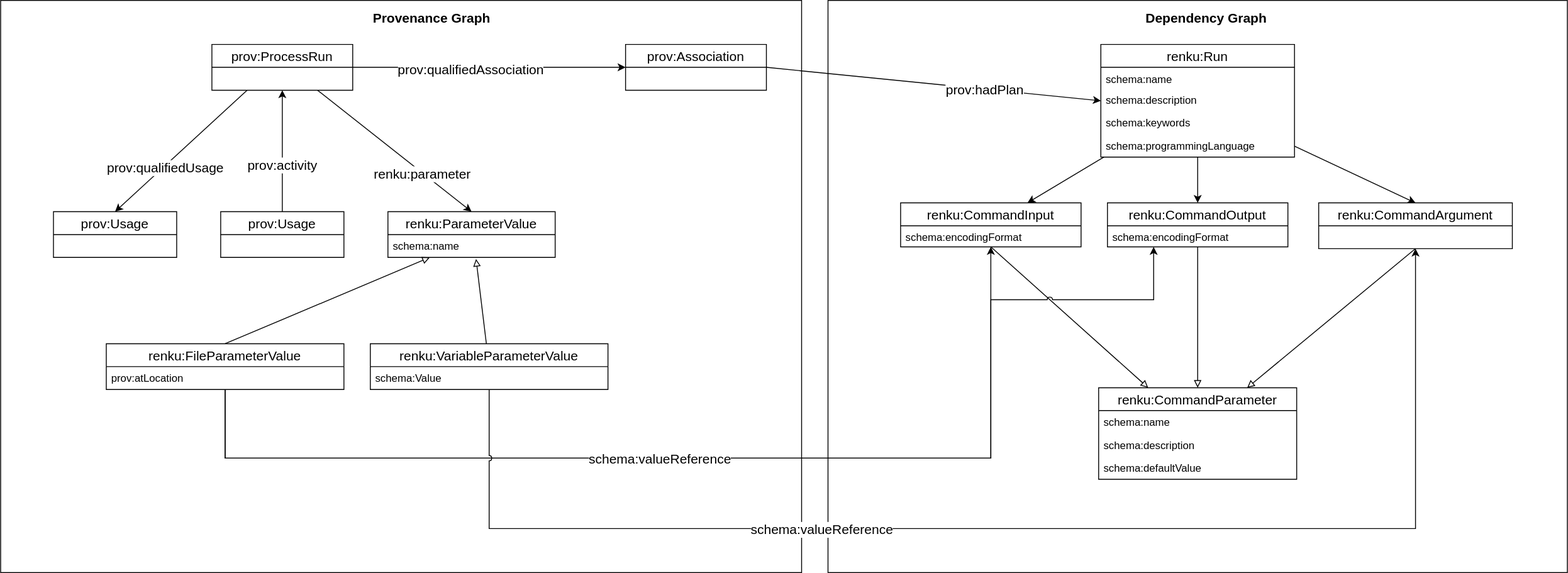
Above: design/001-new-workflow-commands/run-metadata.svg in SwissDataScienceCenter/renku-python (draw.io), before the change. Source tidied: cells renumbered, new cells last; positions are measured from the earlier drawing's top-left corner, leaving out a move shared by most shapes.
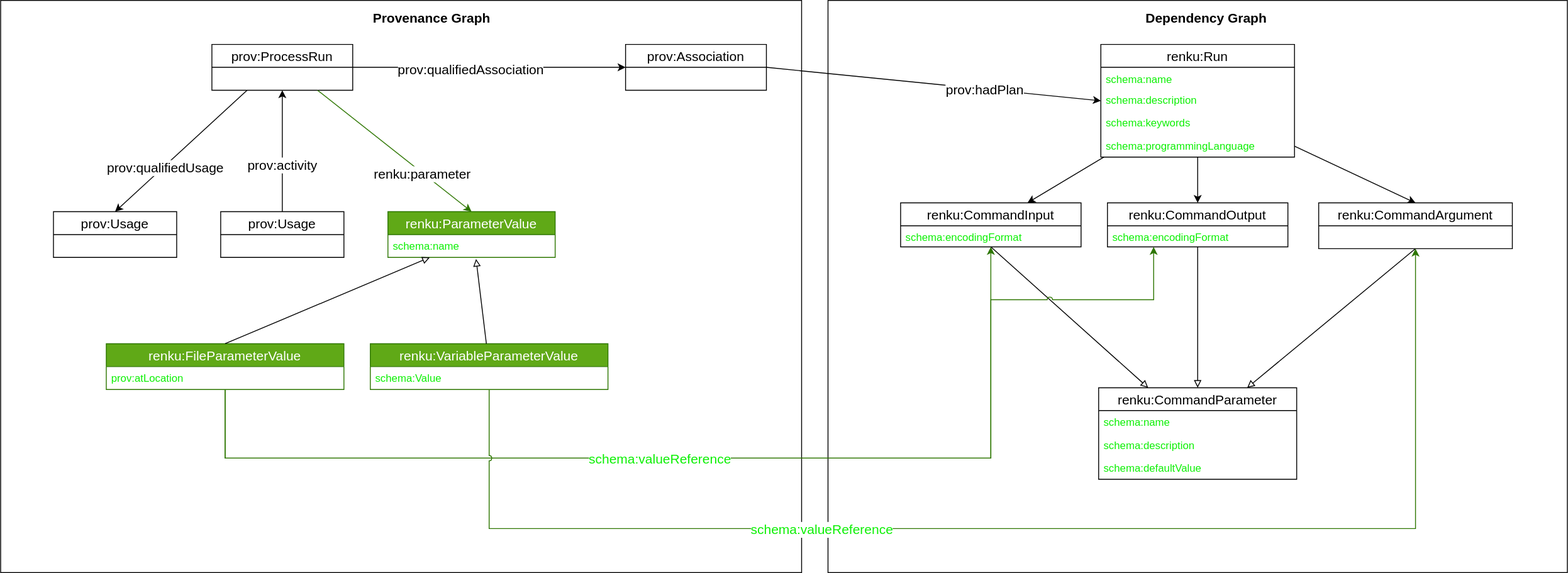
Above is the later version.

The edit, as a diff of the source:
```diff
@@ -17,7 +17,7 @@
     <mxCell id="6" value="prov:Usage" style="swimlane;fontStyle=0;horizontal=1;startSize=26;fillColor=none;fontSize=15;" parent="1" vertex="1">
       <mxGeometry x="250" y="240" width="140" height="52" as="geometry" />
     </mxCell>
-    <mxCell id="7" value="renku:ParameterValue" style="swimlane;fontStyle=0;horizontal=1;startSize=26;fillColor=none;fontSize=15;" parent="1" vertex="1">
+    <mxCell id="7" value="renku:ParameterValue" style="swimlane;fontStyle=0;horizontal=1;startSize=26;fillColor=#60a917;fontSize=15;strokeColor=#2D7600;fontColor=#ffffff;" parent="1" vertex="1">
       <mxGeometry x="440" y="240" width="190" height="52" as="geometry" />
     </mxCell>
     <mxCell id="8" style="endArrow=classic;html=1;fontSize=15;exitX=0.25;exitY=1;exitDx=0;exitDy=0;entryX=0.5;entryY=0;entryDx=0;entryDy=0;" parent="1" edge="1" source="4" target="5">
@@ -32,25 +32,25 @@
     <mxCell id="11" value="prov:activity" style="edgeLabel;html=1;align=center;verticalAlign=middle;fontSize=15;" parent="10" vertex="1">
       <mxGeometry x="-0.21" y="1" relative="1" as="geometry" />
     </mxCell>
-    <mxCell id="12" style="endArrow=classic;html=1;fontSize=15;exitX=0.75;exitY=1;exitDx=0;exitDy=0;entryX=0.5;entryY=0;entryDx=0;entryDy=0;" parent="1" edge="1" source="4" target="7">
+    <mxCell id="12" style="endArrow=classic;html=1;fontSize=15;exitX=0.75;exitY=1;exitDx=0;exitDy=0;entryX=0.5;entryY=0;entryDx=0;entryDy=0;fillColor=#60a917;strokeColor=#2D7600;" parent="1" edge="1" source="4" target="7">
       <mxGeometry relative="1" as="geometry" />
     </mxCell>
     <mxCell id="13" value="renku:parameter" style="edgeLabel;html=1;align=center;verticalAlign=middle;fontSize=15;" parent="12" vertex="1">
       <mxGeometry x="0.37" y="-1" relative="1" as="geometry" />
     </mxCell>
-    <mxCell id="14" value="renku:FileParameterValue" style="swimlane;fontStyle=0;horizontal=1;startSize=26;fillColor=none;fontSize=15;" parent="1" vertex="1">
+    <mxCell id="14" value="renku:FileParameterValue" style="swimlane;fontStyle=0;horizontal=1;startSize=26;fillColor=#60a917;fontSize=15;strokeColor=#2D7600;fontColor=#ffffff;" parent="1" vertex="1">
       <mxGeometry x="120" y="390" width="270" height="52" as="geometry" />
     </mxCell>
-    <mxCell id="15" value="prov:atLocation" style="text;strokeColor=none;fillColor=none;align=left;verticalAlign=top;spacingLeft=4;spacingRight=4;overflow=hidden;" parent="14" vertex="1">
+    <mxCell id="15" value="prov:atLocation" style="text;strokeColor=none;fillColor=none;align=left;verticalAlign=top;spacingLeft=4;spacingRight=4;overflow=hidden;fontColor=#0DF005;" parent="14" vertex="1">
       <mxGeometry y="26" width="270" height="26" as="geometry" />
     </mxCell>
-    <mxCell id="16" value="schema:name" style="text;strokeColor=none;fillColor=none;align=left;verticalAlign=top;spacingLeft=4;spacingRight=4;overflow=hidden;points=[[0,0.5],[1,0.5]];portConstraint=eastwest;" parent="1" vertex="1">
+    <mxCell id="16" value="schema:name" style="text;strokeColor=none;fillColor=none;align=left;verticalAlign=top;spacingLeft=4;spacingRight=4;overflow=hidden;points=[[0,0.5],[1,0.5]];portConstraint=eastwest;fontColor=#0DF005;" parent="1" vertex="1">
       <mxGeometry x="440" y="266" width="190" height="26" as="geometry" />
     </mxCell>
-    <mxCell id="17" value="renku:VariableParameterValue" style="swimlane;fontStyle=0;horizontal=1;startSize=26;fillColor=none;fontSize=15;" parent="1" vertex="1">
+    <mxCell id="17" value="renku:VariableParameterValue" style="swimlane;fontStyle=0;horizontal=1;startSize=26;fillColor=#60a917;fontSize=15;strokeColor=#2D7600;fontColor=#ffffff;" parent="1" vertex="1">
       <mxGeometry x="420" y="390" width="270" height="52" as="geometry" />
     </mxCell>
-    <mxCell id="18" value="schema:Value" style="text;strokeColor=none;fillColor=none;align=left;verticalAlign=top;spacingLeft=4;spacingRight=4;overflow=hidden;" parent="17" vertex="1">
+    <mxCell id="18" value="schema:Value" style="text;strokeColor=none;fillColor=none;align=left;verticalAlign=top;spacingLeft=4;spacingRight=4;overflow=hidden;fontColor=#0DF005;" parent="17" vertex="1">
       <mxGeometry y="26" width="270" height="26" as="geometry" />
     </mxCell>
     <mxCell id="19" style="rounded=0;whiteSpace=wrap;html=1;fontSize=15;" parent="1" vertex="1">
@@ -71,16 +71,16 @@
     <mxCell id="24" value="renku:Run" style="swimlane;fontStyle=0;horizontal=1;startSize=26;fillColor=none;fontSize=15;" parent="1" vertex="1">
       <mxGeometry x="1250" y="50" width="220" height="128" as="geometry" />
     </mxCell>
-    <mxCell id="25" value="schema:name" style="text;strokeColor=none;fillColor=none;align=left;verticalAlign=top;spacingLeft=4;spacingRight=4;overflow=hidden;" parent="24" vertex="1">
+    <mxCell id="25" value="schema:name" style="text;strokeColor=none;fillColor=none;align=left;verticalAlign=top;spacingLeft=4;spacingRight=4;overflow=hidden;fontColor=#0DF005;" parent="24" vertex="1">
       <mxGeometry y="26" width="220" height="24" as="geometry" />
     </mxCell>
-    <mxCell id="26" value="schema:description" style="text;strokeColor=none;fillColor=none;align=left;verticalAlign=top;spacingLeft=4;spacingRight=4;overflow=hidden;" parent="24" vertex="1">
+    <mxCell id="26" value="schema:description" style="text;strokeColor=none;fillColor=none;align=left;verticalAlign=top;spacingLeft=4;spacingRight=4;overflow=hidden;fontColor=#0DF005;" parent="24" vertex="1">
       <mxGeometry y="50" width="220" height="26" as="geometry" />
     </mxCell>
-    <mxCell id="27" value="schema:keywords" style="text;strokeColor=none;fillColor=none;align=left;verticalAlign=top;spacingLeft=4;spacingRight=4;overflow=hidden;" parent="24" vertex="1">
+    <mxCell id="27" value="schema:keywords" style="text;strokeColor=none;fillColor=none;align=left;verticalAlign=top;spacingLeft=4;spacingRight=4;overflow=hidden;fontColor=#0DF005;" parent="24" vertex="1">
       <mxGeometry y="76" width="220" height="26" as="geometry" />
     </mxCell>
-    <mxCell id="28" value="schema:programmingLanguage" style="text;strokeColor=none;fillColor=none;align=left;verticalAlign=top;spacingLeft=4;spacingRight=4;overflow=hidden;" parent="24" vertex="1">
+    <mxCell id="28" value="schema:programmingLanguage" style="text;strokeColor=none;fillColor=none;align=left;verticalAlign=top;spacingLeft=4;spacingRight=4;overflow=hidden;fontColor=#0DF005;" parent="24" vertex="1">
       <mxGeometry y="102" width="220" height="26" as="geometry" />
     </mxCell>
     <mxCell id="29" style="endArrow=block;html=1;fontSize=15;exitX=0.5;exitY=0;exitDx=0;exitDy=0;entryX=0.25;entryY=1;entryDx=0;entryDy=0;endFill=0;" parent="1" edge="1" source="14" target="7">
@@ -107,13 +107,13 @@
     <mxCell id="36" value="renku:CommandInput" style="swimlane;fontStyle=0;horizontal=1;startSize=26;fillColor=none;fontSize=15;" parent="1" vertex="1">
       <mxGeometry x="1022.5" y="230" width="205" height="50" as="geometry" />
     </mxCell>
-    <mxCell id="37" value="schema:encodingFormat" style="text;strokeColor=none;fillColor=none;align=left;verticalAlign=top;spacingLeft=4;spacingRight=4;overflow=hidden;points=[[0,0.5],[1,0.5]];portConstraint=eastwest;" parent="36" vertex="1">
+    <mxCell id="37" value="schema:encodingFormat" style="text;strokeColor=none;fillColor=none;align=left;verticalAlign=top;spacingLeft=4;spacingRight=4;overflow=hidden;points=[[0,0.5],[1,0.5]];portConstraint=eastwest;fontColor=#0DF005;" parent="36" vertex="1">
       <mxGeometry y="26" width="205" height="24" as="geometry" />
     </mxCell>
     <mxCell id="38" value="renku:CommandOutput" style="swimlane;fontStyle=0;horizontal=1;startSize=26;fillColor=none;fontSize=15;" parent="1" vertex="1">
       <mxGeometry x="1257.5" y="230" width="205" height="50" as="geometry" />
     </mxCell>
-    <mxCell id="39" value="schema:encodingFormat" style="text;strokeColor=none;fillColor=none;align=left;verticalAlign=top;spacingLeft=4;spacingRight=4;overflow=hidden;points=[[0,0.5],[1,0.5]];portConstraint=eastwest;" parent="38" vertex="1">
+    <mxCell id="39" value="schema:encodingFormat" style="text;strokeColor=none;fillColor=none;align=left;verticalAlign=top;spacingLeft=4;spacingRight=4;overflow=hidden;points=[[0,0.5],[1,0.5]];portConstraint=eastwest;fontColor=#0DF005;" parent="38" vertex="1">
       <mxGeometry y="26" width="205" height="24" as="geometry" />
     </mxCell>
     <mxCell id="40" value="renku:CommandArgument" style="swimlane;fontStyle=0;horizontal=1;startSize=26;fillColor=none;fontSize=15;" parent="1" vertex="1">
@@ -122,13 +122,13 @@
     <mxCell id="41" value="renku:CommandParameter" style="swimlane;fontStyle=0;horizontal=1;startSize=26;fillColor=none;fontSize=15;" parent="1" vertex="1">
       <mxGeometry x="1247.5" y="440" width="225" height="104" as="geometry" />
     </mxCell>
-    <mxCell id="42" value="schema:name" style="text;strokeColor=none;fillColor=none;align=left;verticalAlign=top;spacingLeft=4;spacingRight=4;overflow=hidden;" parent="41" vertex="1">
+    <mxCell id="42" value="schema:name" style="text;strokeColor=none;fillColor=none;align=left;verticalAlign=top;spacingLeft=4;spacingRight=4;overflow=hidden;fontColor=#0DF005;" parent="41" vertex="1">
       <mxGeometry y="26" width="225" height="26" as="geometry" />
     </mxCell>
-    <mxCell id="43" value="schema:description" style="text;strokeColor=none;fillColor=none;align=left;verticalAlign=top;spacingLeft=4;spacingRight=4;overflow=hidden;" parent="41" vertex="1">
+    <mxCell id="43" value="schema:description" style="text;strokeColor=none;fillColor=none;align=left;verticalAlign=top;spacingLeft=4;spacingRight=4;overflow=hidden;fontColor=#0DF005;" parent="41" vertex="1">
       <mxGeometry y="52" width="225" height="26" as="geometry" />
     </mxCell>
-    <mxCell id="44" value="schema:defaultValue" style="text;strokeColor=none;fillColor=none;align=left;verticalAlign=top;spacingLeft=4;spacingRight=4;overflow=hidden;" parent="41" vertex="1">
+    <mxCell id="44" value="schema:defaultValue" style="text;strokeColor=none;fillColor=none;align=left;verticalAlign=top;spacingLeft=4;spacingRight=4;overflow=hidden;fontColor=#0DF005;" parent="41" vertex="1">
       <mxGeometry y="78" width="225" height="26" as="geometry" />
     </mxCell>
     <mxCell id="45" style="endArrow=block;html=1;fontSize=15;exitX=0.5;exitY=1;exitDx=0;exitDy=0;entryX=0.25;entryY=0;entryDx=0;entryDy=0;endFill=0;" parent="1" edge="1" source="36" target="41">
@@ -140,7 +140,7 @@
     <mxCell id="47" style="endArrow=block;html=1;fontSize=15;exitX=0.5;exitY=1;exitDx=0;exitDy=0;entryX=0.75;entryY=0;entryDx=0;entryDy=0;endFill=0;" parent="1" edge="1" source="40" target="41">
       <mxGeometry relative="1" as="geometry" />
     </mxCell>
-    <mxCell id="48" style="edgeStyle=orthogonalEdgeStyle;rounded=0;jettySize=auto;html=1;endArrow=classic;endFill=1;fontSize=15;" parent="1" edge="1" source="14" target="37">
+    <mxCell id="48" style="edgeStyle=orthogonalEdgeStyle;rounded=0;jettySize=auto;html=1;endArrow=classic;endFill=1;fontSize=15;fillColor=#60a917;strokeColor=#2D7600;" parent="1" edge="1" source="14" target="37">
       <mxGeometry relative="1" as="geometry">
         <Array as="points">
           <mxPoint x="255" y="520" />
@@ -148,7 +148,7 @@
         </Array>
       </mxGeometry>
     </mxCell>
-    <mxCell id="49" style="edgeStyle=orthogonalEdgeStyle;rounded=0;jettySize=auto;html=1;endArrow=classic;endFill=1;fontSize=15;entryX=0.256;entryY=1;entryDx=0;entryDy=0;entryPerimeter=0;jumpStyle=arc;" parent="1" edge="1" source="14" target="39">
+    <mxCell id="49" style="edgeStyle=orthogonalEdgeStyle;rounded=0;jettySize=auto;html=1;endArrow=classic;endFill=1;fontSize=15;entryX=0.256;entryY=1;entryDx=0;entryDy=0;entryPerimeter=0;jumpStyle=arc;fillColor=#60a917;strokeColor=#2D7600;" parent="1" edge="1" source="14" target="39">
       <mxGeometry relative="1" as="geometry">
         <Array as="points">
           <mxPoint x="255" y="520" />
@@ -158,10 +158,10 @@
         </Array>
       </mxGeometry>
     </mxCell>
-    <mxCell id="50" value="schema:valueReference" style="edgeLabel;html=1;align=center;verticalAlign=middle;fontSize=15;" parent="49" vertex="1">
+    <mxCell id="50" value="schema:valueReference" style="edgeLabel;html=1;align=center;verticalAlign=middle;fontSize=15;fontColor=#0DF005;" parent="49" vertex="1">
       <mxGeometry x="-0.17" relative="1" as="geometry" />
     </mxCell>
-    <mxCell id="51" style="edgeStyle=orthogonalEdgeStyle;rounded=0;jettySize=auto;html=1;entryX=0.5;entryY=1;entryDx=0;entryDy=0;endArrow=classic;endFill=1;fontSize=15;jumpStyle=arc;" parent="1" edge="1" source="17" target="40">
+    <mxCell id="51" style="edgeStyle=orthogonalEdgeStyle;rounded=0;jettySize=auto;html=1;entryX=0.5;entryY=1;entryDx=0;entryDy=0;endArrow=classic;endFill=1;fontSize=15;jumpStyle=arc;fillColor=#60a917;strokeColor=#2D7600;" parent="1" edge="1" source="17" target="40">
       <mxGeometry relative="1" as="geometry">
         <Array as="points">
           <mxPoint x="555" y="600" />
@@ -169,7 +169,7 @@
         </Array>
       </mxGeometry>
     </mxCell>
-    <mxCell id="52" value="schema:valueReference" style="edgeLabel;html=1;align=center;verticalAlign=middle;fontSize=15;" parent="51" vertex="1">
+    <mxCell id="52" value="schema:valueReference" style="edgeLabel;html=1;align=center;verticalAlign=middle;fontSize=15;fontColor=#0DF005;" parent="51" vertex="1">
       <mxGeometry x="-0.3" relative="1" as="geometry" />
     </mxCell>
   </root>
```
